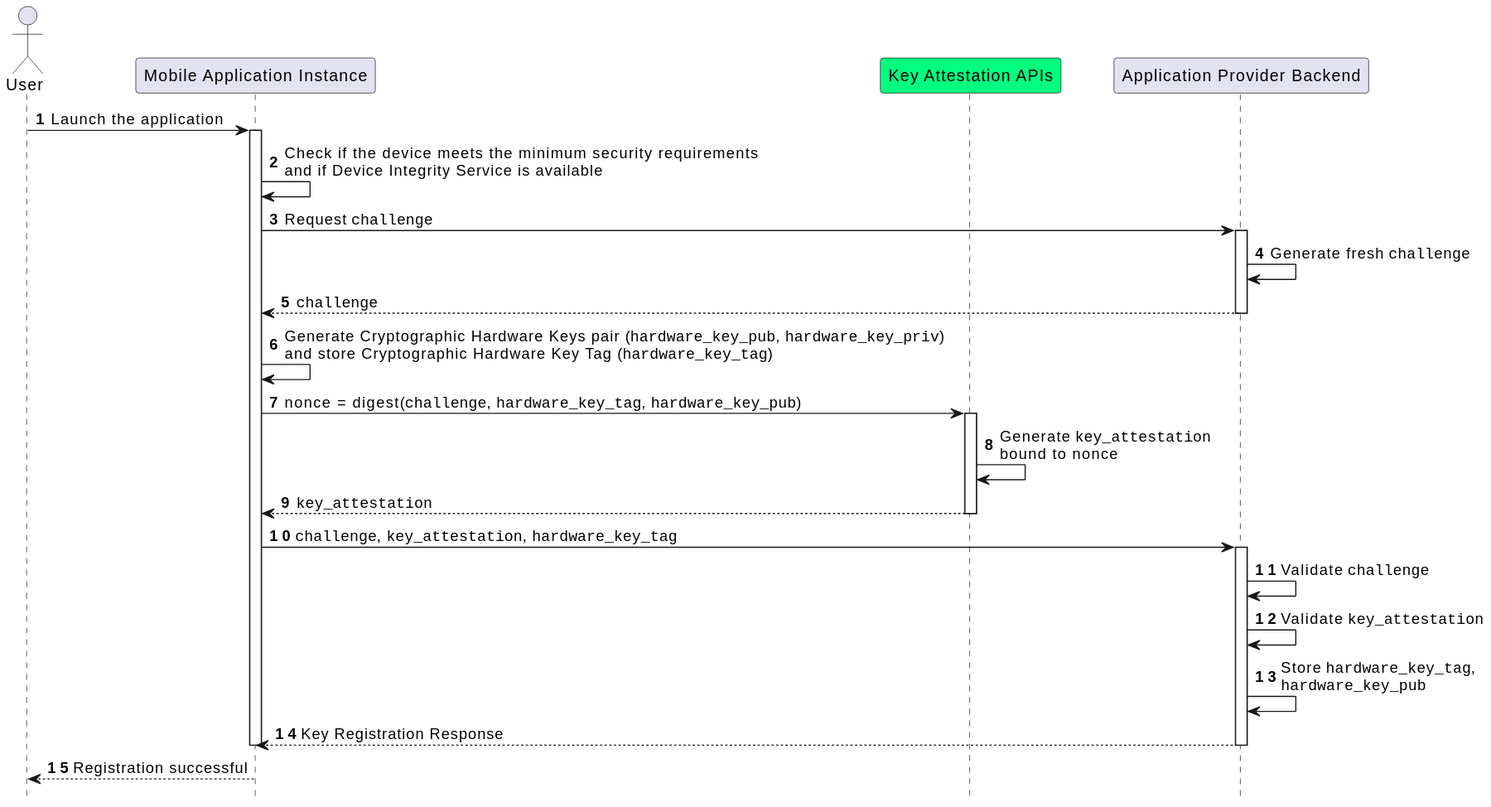
Earlier version of the PlantUML export images/application_instance_initialization.svg (italia/eid-wallet-it-docs).
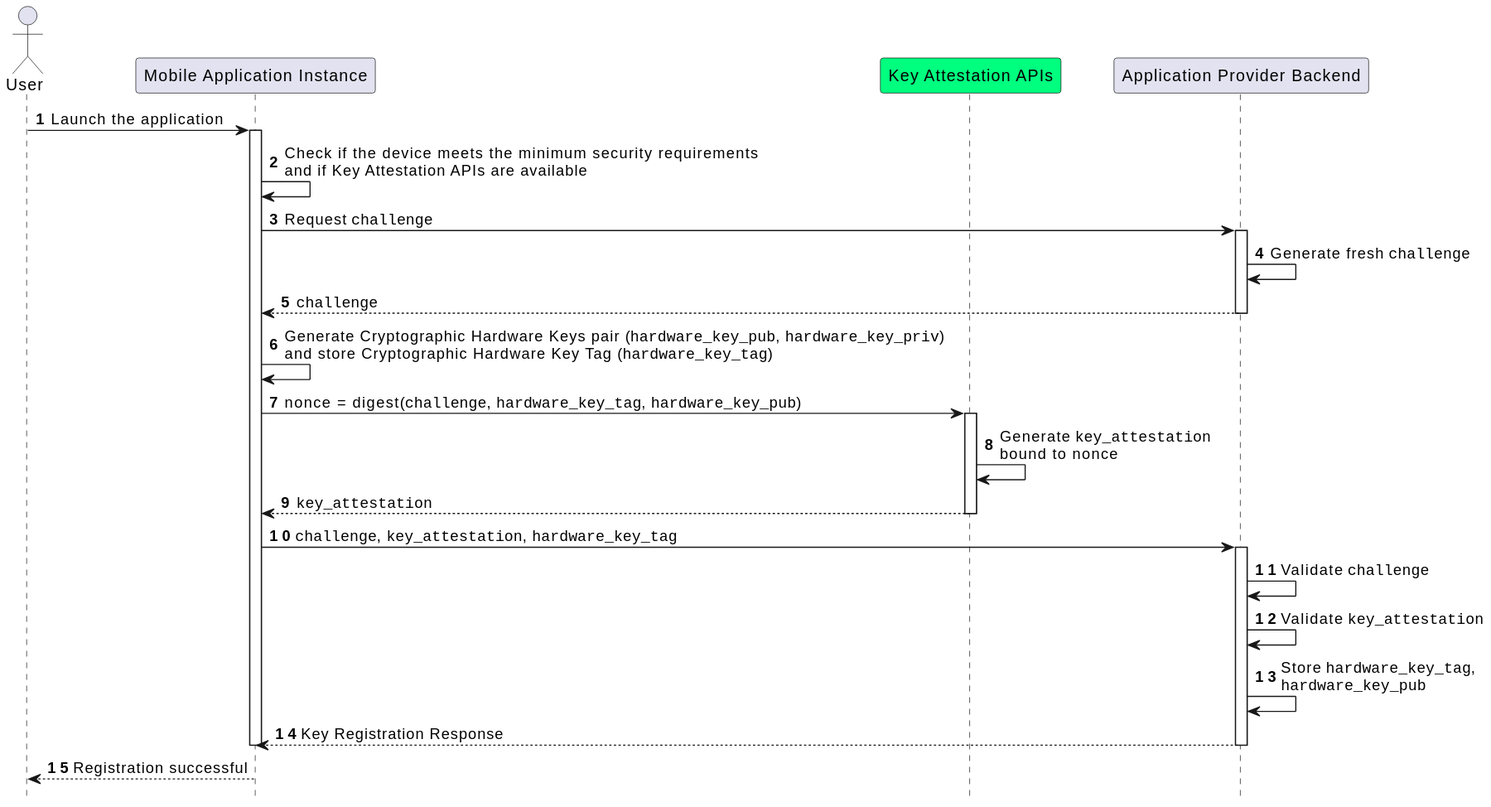
After the commit.

Diff of the diagram source:
```diff
@@ -10,7 +10,7 @@
 user->app: Launch the application
 activate app
 
-app->app: Check if the device meets the minimum security requirements\nand if Device Integrity Service is available
+app->app: Check if the device meets the minimum security requirements\nand if Key Attestation APIs are available
 
 app->bck: Request ""challenge""
 activate bck
```
